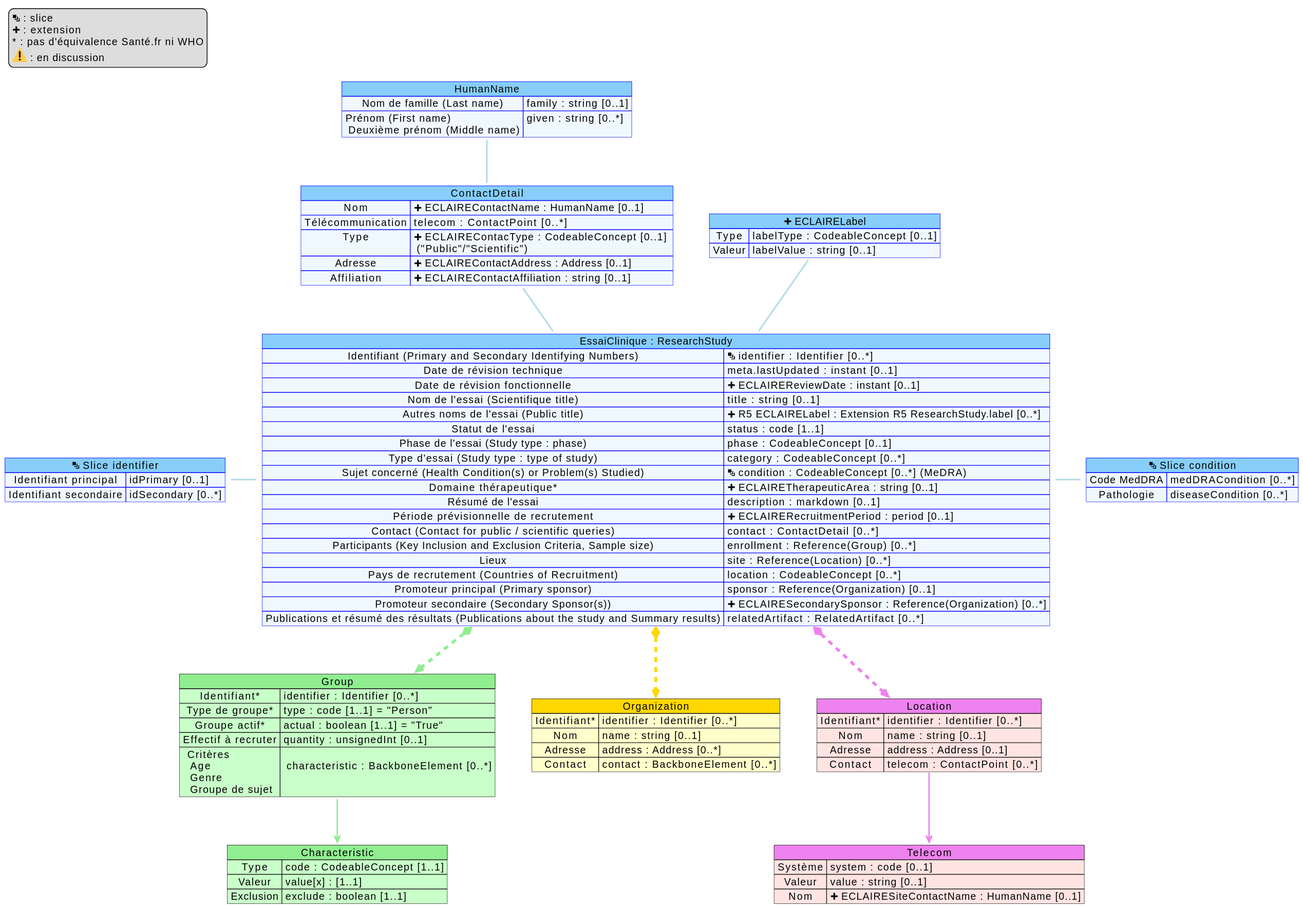
Above: input/images/mappingResearchStudy.svg in ansforge/essais-cliniques (PlantUML), before the change.
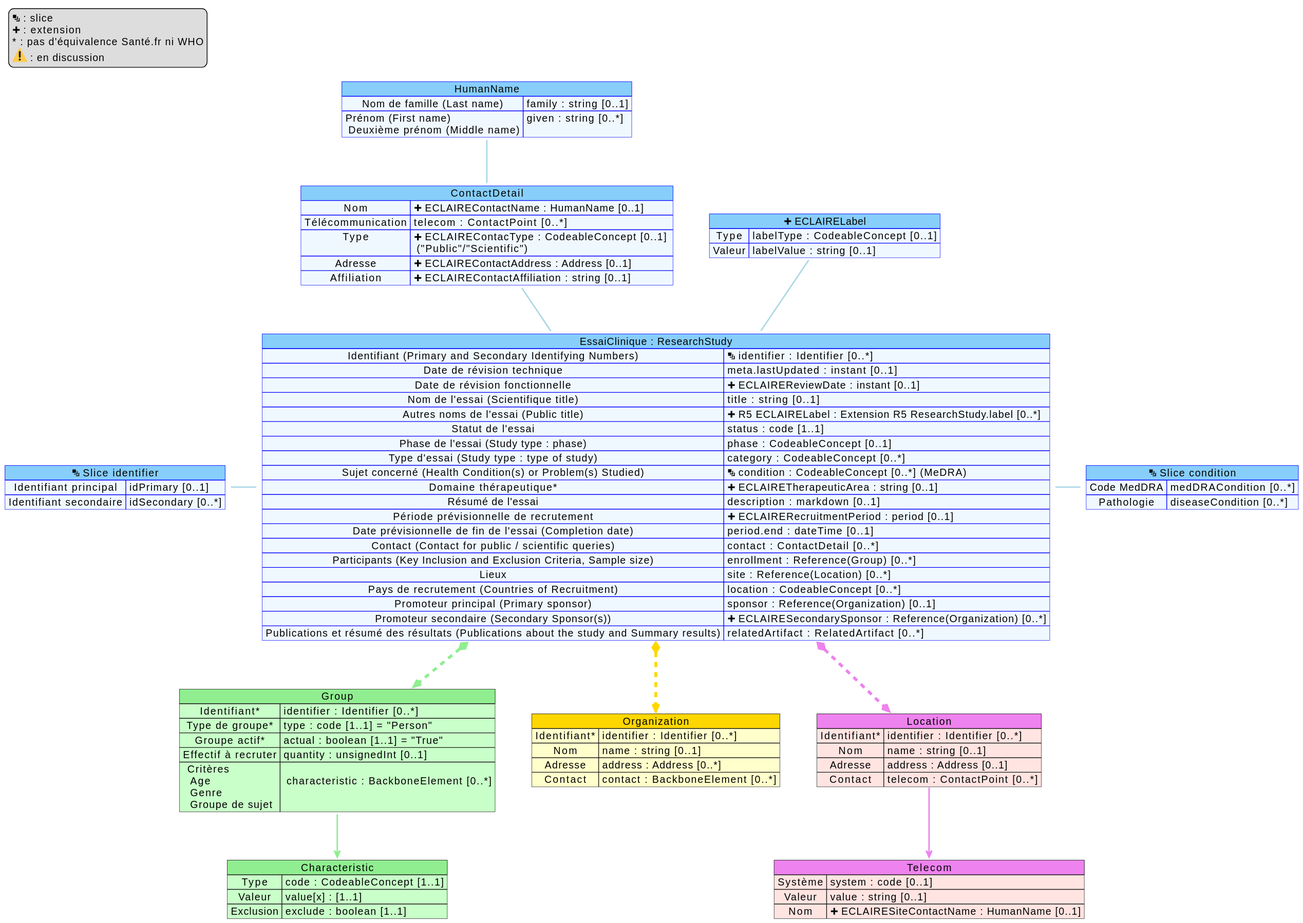
After the commit.

Commit message:
MaJ mapping completion date

Change to the diagram source:
```diff
@@ -75,6 +75,7 @@
     Domaine thérapeutique* => <&plus> ECLAIRETherapeuticArea : string [0..1]
     Résumé de l'essai => description : markdown [0..1]
     Période prévisionnelle de recrutement => <&plus> ECLAIRERecruitmentPeriod : period [0..1]
+    Date prévisionnelle de fin de l'essai (Completion date) => period.end : dateTime [0..1]
     Contact (Contact for public / scientific queries) => contact : ContactDetail [0..*]
     Participants (Key Inclusion and Exclusion Criteria, Sample size) => enrollment : Reference(Group) [0..*]
     Lieux => site : Reference(Location) [0..*]
```
